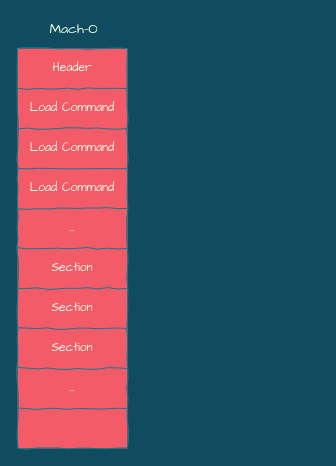
Earlier version of the draw.io diagram page "Page-1" (1 of 2) of fishhook/mach-o.drawio (silan-liu/drawio). Source tidied: cells renumbered, new cells numbered last; positions are measured from the earlier drawing's top-left corner, leaving out a move shared by most shapes. Both pictures are drawn from the tidied source at 100%, with x=0, y=0 at pixel (17, 17).
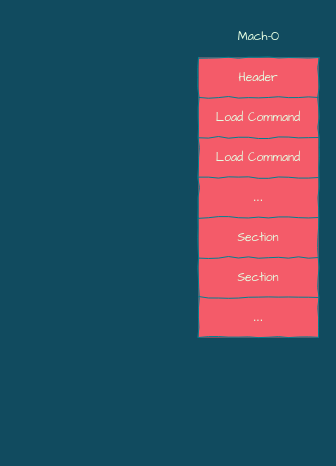
The same page after the edit.

The edit, as a diff of the source:
```diff
@@
-    <mxCell id="2" style="group;" parent="1" vertex="1">
-      <mxGeometry width="110" height="431" as="geometry" />
-    </mxCell>
-    <mxCell id="3" style="shape=table;html=1;whiteSpace=wrap;startSize=0;childLayout=tableLayout;comic=1;fillColor=#F45B69;strokeColor=#028090;fontColor=#E4FDE1;fontFamily=Architects Daughter;" parent="2" vertex="1">
-      <mxGeometry y="31" width="110" height="400" as="geometry" />
-    </mxCell>
-    <mxCell id="4" style="shape=partialRectangle;html=1;whiteSpace=wrap;fillColor=none;top=0;left=0;bottom=0;right=0;strokeColor=#028090;fontColor=#E4FDE1;" parent="3" vertex="1">
-      <mxGeometry width="110" height="40" as="geometry" />
-    </mxCell>
+    <mxCell id="25" style="shape=table;html=1;whiteSpace=wrap;startSize=0;childLayout=tableLayout;comic=1;fillColor=#F45B69;strokeColor=#028090;fontColor=#E4FDE1;" parent="1" vertex="1">
+      <mxGeometry x="181" y="40" width="120" height="280" as="geometry" />
+    </mxCell>
+    <mxCell id="26" style="shape=partialRectangle;html=1;whiteSpace=wrap;fillColor=none;top=0;left=0;bottom=0;right=0;strokeColor=#028090;fontColor=#E4FDE1;" parent="25" vertex="1">
+      <mxGeometry width="120" height="40" as="geometry" />
+    </mxCell>
-    <mxCell id="5" value="Header" style="shape=partialRectangle;html=1;whiteSpace=wrap;overflow=hidden;fillColor=none;top=0;left=0;bottom=0;right=0;strokeColor=#028090;fontColor=#E4FDE1;fontFamily=Architects Daughter;" parent="4" vertex="1">
-      <mxGeometry width="110" height="40" as="geometry" />
+    <mxCell id="5" value="&lt;font face=&quot;Architects Daughter&quot;&gt;Header&lt;/font&gt;" style="shape=partialRectangle;html=1;whiteSpace=wrap;overflow=hidden;fillColor=none;top=0;left=0;bottom=0;right=0;strokeColor=#028090;fontColor=#E4FDE1;" parent="26" vertex="1">
+      <mxGeometry width="120" height="40" as="geometry" />
     </mxCell>
-    <mxCell id="6" style="shape=partialRectangle;html=1;whiteSpace=wrap;fillColor=none;top=0;left=0;bottom=0;right=0;strokeColor=#028090;fontColor=#E4FDE1;" parent="3" vertex="1">
-      <mxGeometry y="40" width="110" height="40" as="geometry" />
-    </mxCell>
-    <mxCell id="7" value="Load Command" style="shape=partialRectangle;html=1;whiteSpace=wrap;overflow=hidden;fillColor=none;top=0;left=0;bottom=0;right=0;strokeColor=#028090;fontColor=#E4FDE1;fontFamily=Architects Daughter;" parent="6" vertex="1">
-      <mxGeometry width="110" height="40" as="geometry" />
-    </mxCell>
-    <mxCell id="8" style="shape=partialRectangle;html=1;whiteSpace=wrap;fillColor=none;top=0;left=0;bottom=0;right=0;strokeColor=#028090;fontColor=#E4FDE1;" parent="3" vertex="1">
-      <mxGeometry y="80" width="110" height="40" as="geometry" />
-    </mxCell>
-    <mxCell id="9" value="Load Command" style="shape=partialRectangle;html=1;whiteSpace=wrap;overflow=hidden;fillColor=none;top=0;left=0;bottom=0;right=0;strokeColor=#028090;fontColor=#E4FDE1;fontFamily=Architects Daughter;" parent="8" vertex="1">
-      <mxGeometry width="110" height="40" as="geometry" />
-    </mxCell>
-    <mxCell id="10" style="shape=partialRectangle;html=1;whiteSpace=wrap;fillColor=none;top=0;left=0;bottom=0;right=0;strokeColor=#028090;fontColor=#E4FDE1;" parent="3" vertex="1">
-      <mxGeometry y="120" width="110" height="40" as="geometry" />
-    </mxCell>
-    <mxCell id="11" value="Load Command" style="shape=partialRectangle;html=1;whiteSpace=wrap;overflow=hidden;fillColor=none;top=0;left=0;bottom=0;right=0;strokeColor=#028090;fontColor=#E4FDE1;fontFamily=Architects Daughter;" parent="10" vertex="1">
-      <mxGeometry width="110" height="40" as="geometry" />
-    </mxCell>
-    <mxCell id="12" style="shape=partialRectangle;html=1;whiteSpace=wrap;fillColor=none;top=0;left=0;bottom=0;right=0;strokeColor=#028090;fontColor=#E4FDE1;" parent="3" vertex="1">
-      <mxGeometry y="160" width="110" height="40" as="geometry" />
-    </mxCell>
-    <mxCell id="13" value="..." style="shape=partialRectangle;html=1;whiteSpace=wrap;overflow=hidden;fillColor=none;top=0;left=0;bottom=0;right=0;strokeColor=#028090;fontColor=#E4FDE1;fontFamily=Architects Daughter;" parent="12" vertex="1">
-      <mxGeometry width="110" height="40" as="geometry" />
-    </mxCell>
-    <mxCell id="14" style="shape=partialRectangle;html=1;whiteSpace=wrap;fillColor=none;top=0;left=0;bottom=0;right=0;strokeColor=#028090;fontColor=#E4FDE1;" parent="3" vertex="1">
-      <mxGeometry y="200" width="110" height="40" as="geometry" />
-    </mxCell>
-    <mxCell id="15" value="Section" style="shape=partialRectangle;html=1;whiteSpace=wrap;overflow=hidden;fillColor=none;top=0;left=0;bottom=0;right=0;strokeColor=#028090;fontColor=#E4FDE1;fontFamily=Architects Daughter;" parent="14" vertex="1">
-      <mxGeometry width="110" height="40" as="geometry" />
-    </mxCell>
-    <mxCell id="16" style="shape=partialRectangle;html=1;whiteSpace=wrap;fillColor=none;top=0;left=0;bottom=0;right=0;strokeColor=#028090;fontColor=#E4FDE1;" parent="3" vertex="1">
-      <mxGeometry y="240" width="110" height="40" as="geometry" />
-    </mxCell>
-    <mxCell id="17" value="Section" style="shape=partialRectangle;html=1;whiteSpace=wrap;overflow=hidden;fillColor=none;top=0;left=0;bottom=0;right=0;strokeColor=#028090;fontColor=#E4FDE1;fontFamily=Architects Daughter;" parent="16" vertex="1">
-      <mxGeometry width="110" height="40" as="geometry" />
-    </mxCell>
-    <mxCell id="18" style="shape=partialRectangle;html=1;whiteSpace=wrap;fillColor=none;top=0;left=0;bottom=0;right=0;strokeColor=#028090;fontColor=#E4FDE1;" parent="3" vertex="1">
-      <mxGeometry y="280" width="110" height="40" as="geometry" />
-    </mxCell>
-    <mxCell id="19" value="Section" style="shape=partialRectangle;html=1;whiteSpace=wrap;overflow=hidden;fillColor=none;top=0;left=0;bottom=0;right=0;strokeColor=#028090;fontColor=#E4FDE1;fontFamily=Architects Daughter;" parent="18" vertex="1">
-      <mxGeometry width="110" height="40" as="geometry" />
-    </mxCell>
-    <mxCell id="20" style="shape=partialRectangle;html=1;whiteSpace=wrap;fillColor=none;top=0;left=0;bottom=0;right=0;strokeColor=#028090;fontColor=#E4FDE1;" parent="3" vertex="1">
-      <mxGeometry y="320" width="110" height="40" as="geometry" />
-    </mxCell>
-    <mxCell id="21" value="..." style="shape=partialRectangle;html=1;whiteSpace=wrap;overflow=hidden;fillColor=none;top=0;left=0;bottom=0;right=0;strokeColor=#028090;fontColor=#E4FDE1;fontFamily=Architects Daughter;" parent="20" vertex="1">
-      <mxGeometry width="110" height="40" as="geometry" />
-    </mxCell>
-    <mxCell id="22" style="shape=partialRectangle;html=1;whiteSpace=wrap;fillColor=none;top=0;left=0;bottom=0;right=0;strokeColor=#028090;fontColor=#E4FDE1;" parent="3" vertex="1">
-      <mxGeometry y="360" width="110" height="40" as="geometry" />
-    </mxCell>
-    <mxCell id="23" style="shape=partialRectangle;html=1;whiteSpace=wrap;overflow=hidden;fillColor=none;top=0;left=0;bottom=0;right=0;strokeColor=#028090;fontColor=#E4FDE1;fontFamily=Architects Daughter;" parent="22" vertex="1">
-      <mxGeometry width="110" height="40" as="geometry" />
-    </mxCell>
+    <mxCell id="27" style="shape=partialRectangle;html=1;whiteSpace=wrap;fillColor=none;top=0;left=0;bottom=0;right=0;strokeColor=#028090;fontColor=#E4FDE1;" parent="25" vertex="1">
+      <mxGeometry y="40" width="120" height="40" as="geometry" />
+    </mxCell>
+    <mxCell id="28" value="&lt;span style=&quot;font-family: &amp;#34;architects daughter&amp;#34;&quot;&gt;Load Command&lt;/span&gt;" style="shape=partialRectangle;html=1;whiteSpace=wrap;overflow=hidden;fillColor=none;top=0;left=0;bottom=0;right=0;strokeColor=#028090;fontColor=#E4FDE1;" parent="27" vertex="1">
+      <mxGeometry width="120" height="40" as="geometry" />
+    </mxCell>
+    <mxCell id="29" style="shape=partialRectangle;html=1;whiteSpace=wrap;fillColor=none;top=0;left=0;bottom=0;right=0;strokeColor=#028090;fontColor=#E4FDE1;" parent="25" vertex="1">
+      <mxGeometry y="80" width="120" height="40" as="geometry" />
+    </mxCell>
+    <mxCell id="30" value="&lt;span style=&quot;font-family: &amp;#34;architects daughter&amp;#34;&quot;&gt;Load Command&lt;/span&gt;" style="shape=partialRectangle;html=1;whiteSpace=wrap;overflow=hidden;fillColor=none;top=0;left=0;bottom=0;right=0;strokeColor=#028090;fontColor=#E4FDE1;" parent="29" vertex="1">
+      <mxGeometry width="120" height="40" as="geometry" />
+    </mxCell>
+    <mxCell id="31" style="shape=partialRectangle;html=1;whiteSpace=wrap;fillColor=none;top=0;left=0;bottom=0;right=0;strokeColor=#028090;fontColor=#E4FDE1;" parent="25" vertex="1">
+      <mxGeometry y="120" width="120" height="40" as="geometry" />
+    </mxCell>
+    <mxCell id="32" value="..." style="shape=partialRectangle;html=1;whiteSpace=wrap;overflow=hidden;fillColor=none;top=0;left=0;bottom=0;right=0;strokeColor=#028090;fontColor=#E4FDE1;" parent="31" vertex="1">
+      <mxGeometry width="120" height="40" as="geometry" />
+    </mxCell>
+    <mxCell id="33" style="shape=partialRectangle;html=1;whiteSpace=wrap;fillColor=none;top=0;left=0;bottom=0;right=0;strokeColor=#028090;fontColor=#E4FDE1;" parent="25" vertex="1">
+      <mxGeometry y="160" width="120" height="40" as="geometry" />
+    </mxCell>
+    <mxCell id="34" value="&lt;span style=&quot;font-family: &amp;#34;architects daughter&amp;#34;&quot;&gt;Section&lt;/span&gt;" style="shape=partialRectangle;html=1;whiteSpace=wrap;overflow=hidden;fillColor=none;top=0;left=0;bottom=0;right=0;strokeColor=#028090;fontColor=#E4FDE1;" parent="33" vertex="1">
+      <mxGeometry width="120" height="40" as="geometry" />
+    </mxCell>
+    <mxCell id="35" style="shape=partialRectangle;html=1;whiteSpace=wrap;fillColor=none;top=0;left=0;bottom=0;right=0;strokeColor=#028090;fontColor=#E4FDE1;" parent="25" vertex="1">
+      <mxGeometry y="200" width="120" height="40" as="geometry" />
+    </mxCell>
+    <mxCell id="36" value="&lt;span style=&quot;font-family: &amp;#34;architects daughter&amp;#34;&quot;&gt;Section&lt;/span&gt;" style="shape=partialRectangle;html=1;whiteSpace=wrap;overflow=hidden;fillColor=none;top=0;left=0;bottom=0;right=0;strokeColor=#028090;fontColor=#E4FDE1;" parent="35" vertex="1">
+      <mxGeometry width="120" height="40" as="geometry" />
+    </mxCell>
+    <mxCell id="37" style="shape=partialRectangle;html=1;whiteSpace=wrap;fillColor=none;top=0;left=0;bottom=0;right=0;strokeColor=#028090;fontColor=#E4FDE1;" parent="25" vertex="1">
+      <mxGeometry y="240" width="120" height="40" as="geometry" />
+    </mxCell>
+    <mxCell id="38" value="..." style="shape=partialRectangle;html=1;whiteSpace=wrap;overflow=hidden;fillColor=none;top=0;left=0;bottom=0;right=0;strokeColor=#028090;fontColor=#E4FDE1;" parent="37" vertex="1">
+      <mxGeometry width="120" height="40" as="geometry" />
+    </mxCell>
-    <mxCell id="24" value="&lt;font face=&quot;Architects Daughter&quot; style=&quot;font-size: 14px;&quot;&gt;Mach-O&lt;/font&gt;" style="text;html=1;align=center;verticalAlign=middle;fontColor=#E4FDE1;fontSize=14;" parent="2" vertex="1">
-      <mxGeometry x="27" width="58" height="22" as="geometry" />
+    <mxCell id="24" value="Mach-O" style="text;html=1;align=center;verticalAlign=middle;fontColor=#E4FDE1;fontFamily=Architects Daughter;" parent="1" vertex="1">
+      <mxGeometry x="211" y="10" width="60" height="20" as="geometry" />
     </mxCell>
```
